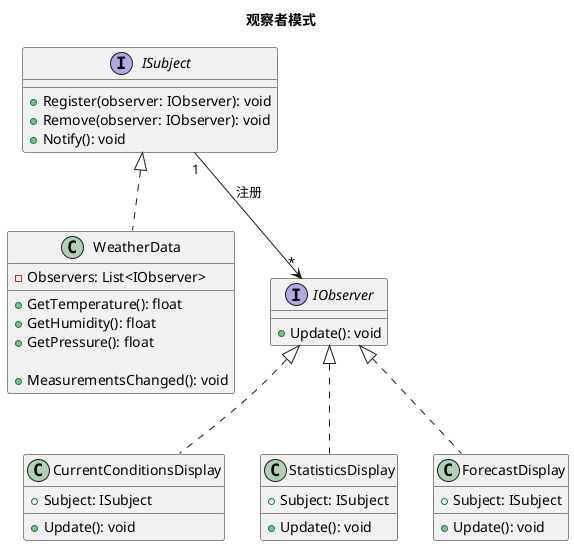
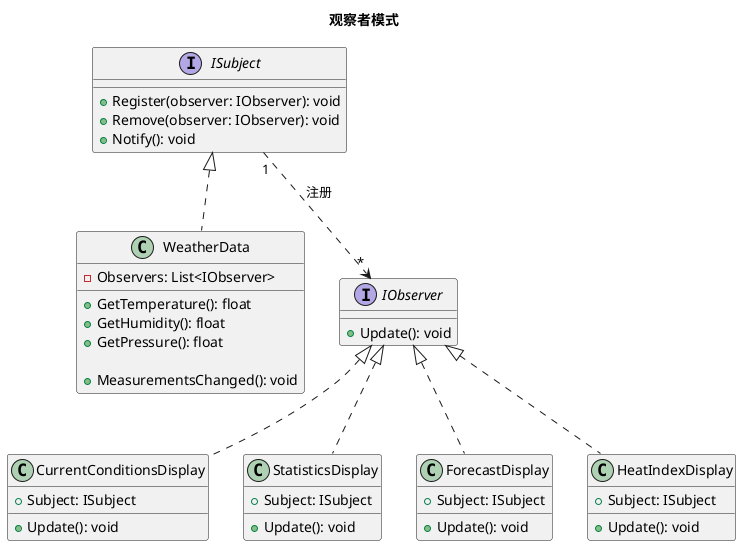
@startuml 观察者模式
title 观察者模式

interface ISubject {
    + Register(observer: IObserver): void
    + Remove(observer: IObserver): void
    + Notify(): void
}

class WeatherData implements ISubject {
    - Observers: List<IObserver>

    + GetTemperature(): float
    + GetHumidity(): float
    + GetPressure(): float

    + MeasurementsChanged(): void
}

interface IObserver {
    + Update(): void
}

class CurrentConditionsDisplay implements IObserver {
    + Subject: ISubject
    + Update(): void
}

class StatisticsDisplay implements IObserver {
    + Subject: ISubject
    + Update(): void
}

class ForecastDisplay implements IObserver {
    + Subject: ISubject
    + Update(): void
}

- ISubject "1" --> "*" IObserver : 注册
+ class HeatIndexDisplay implements IObserver {
+     + Subject: ISubject
+     + Update(): void
+ }
+ 
+ ISubject "1" ..> "*" IObserver : 注册

@enduml